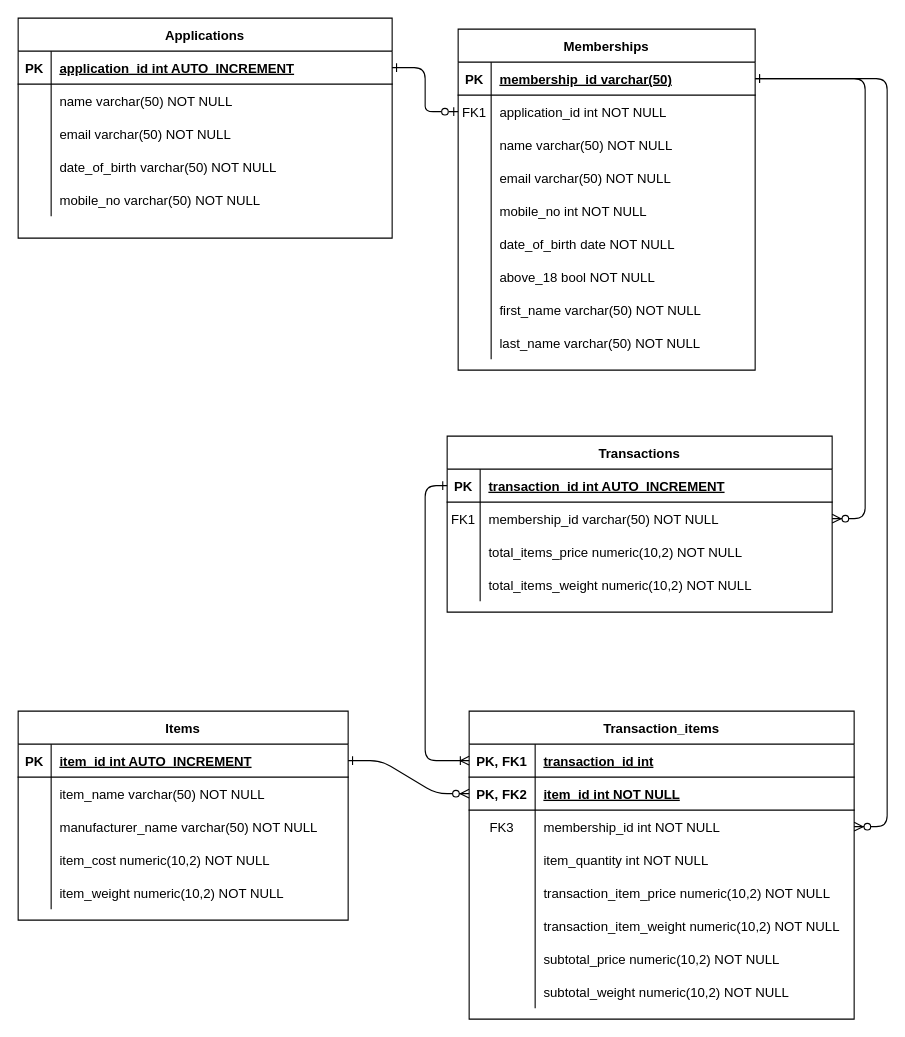
This is section2/section2_erd.drawio from justinwyq/sr_de_tech_challenge, a draw.io file, before an edit. Source tidied: cells renumbered, new cells numbered last; positions are measured from the earlier drawing's top-left corner, leaving out a move shared by most shapes. Both pictures are drawn from the tidied source at 110%, with x=0, y=0 at pixel (18, 18).
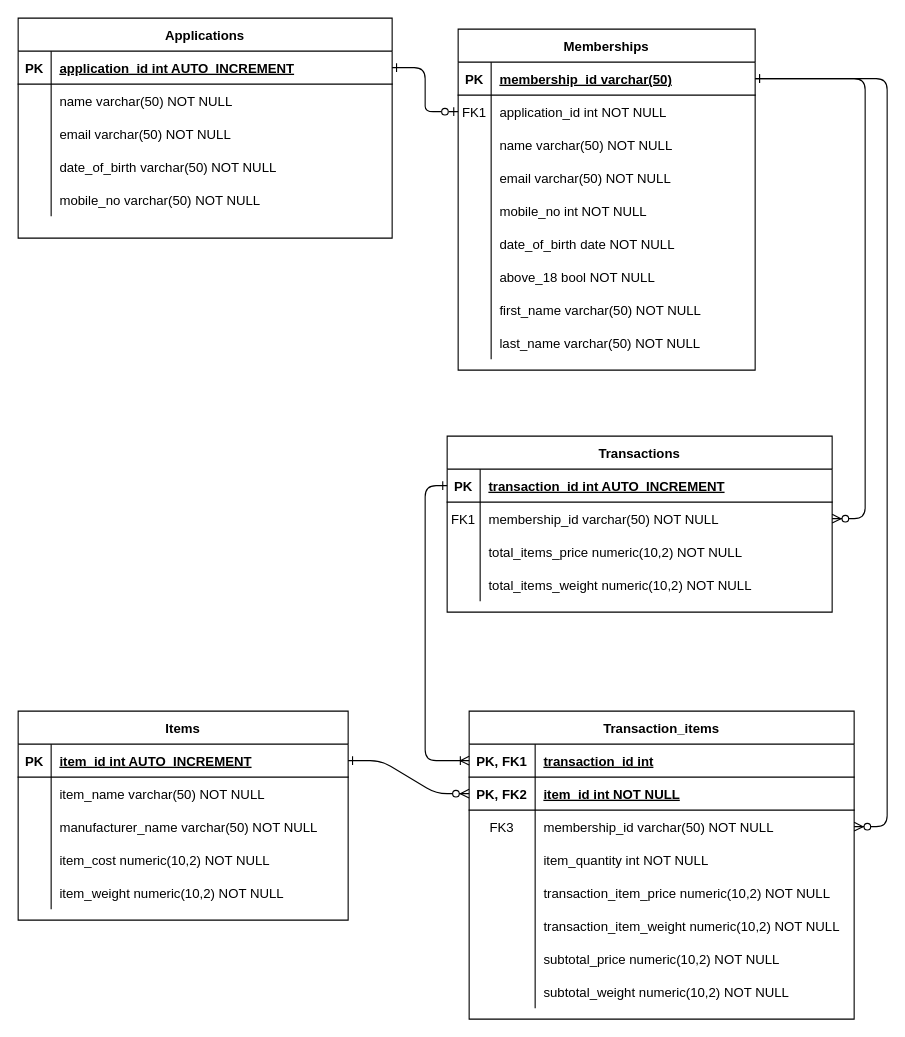
The same diagram, later.

Unchanged cells that the change refers to:
```xml
<mxCell id="39" style="shape=partialRectangle;fillColor=none;points=[[0,0.5],[1,0.5]];portConstraint=eastwest;top=0;left=0;right=0;bottom=0;" parent="32" vertex="1">
  <mxGeometry y="90" width="350" height="30" as="geometry" />
</mxCell>
```

Change to the diagram source:
```diff
@@
-    <mxCell id="41" value="membership_id int NOT NULL" style="shape=partialRectangle;overflow=hidden;fillColor=none;top=0;left=0;bottom=0;right=0;align=left;spacingLeft=6;" parent="39" vertex="1">
+    <mxCell id="41" value="membership_id varchar(50) NOT NULL" style="shape=partialRectangle;overflow=hidden;fillColor=none;top=0;left=0;bottom=0;right=0;align=left;spacingLeft=6;" parent="39" vertex="1">
       <mxGeometry x="60" width="290" height="30" as="geometry" />
     </mxCell>
```
